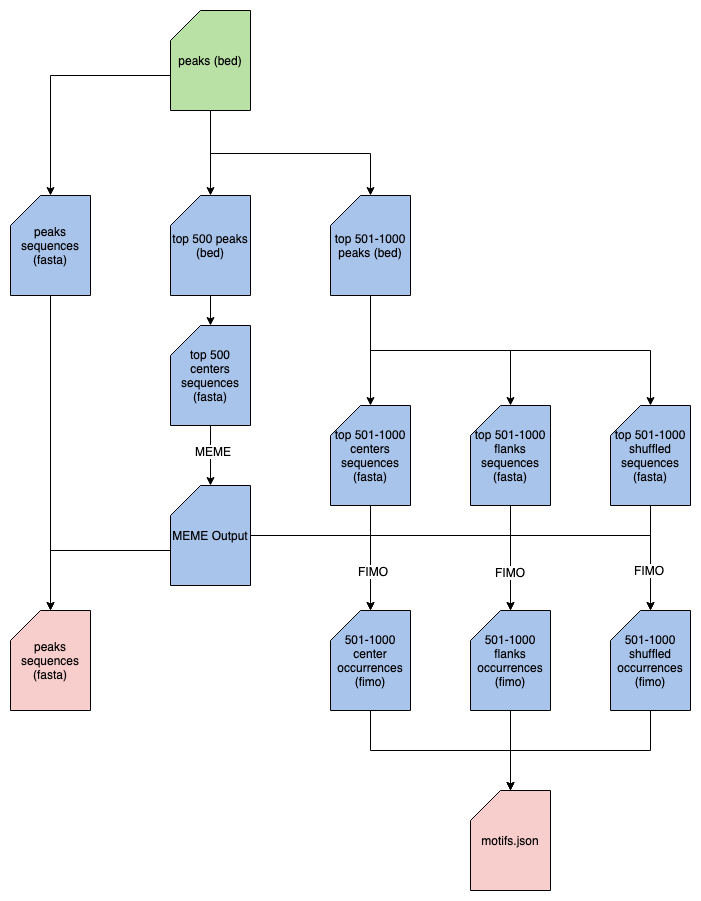
weng-lab/factorbook-meme keeps this draw.io diagram as img/factorbook_meme_procedure.png. Above is the earlier version. Source tidied: cells renumbered, new cells last; positions are measured from the earlier drawing's top-left corner, leaving out a move shared by most shapes.
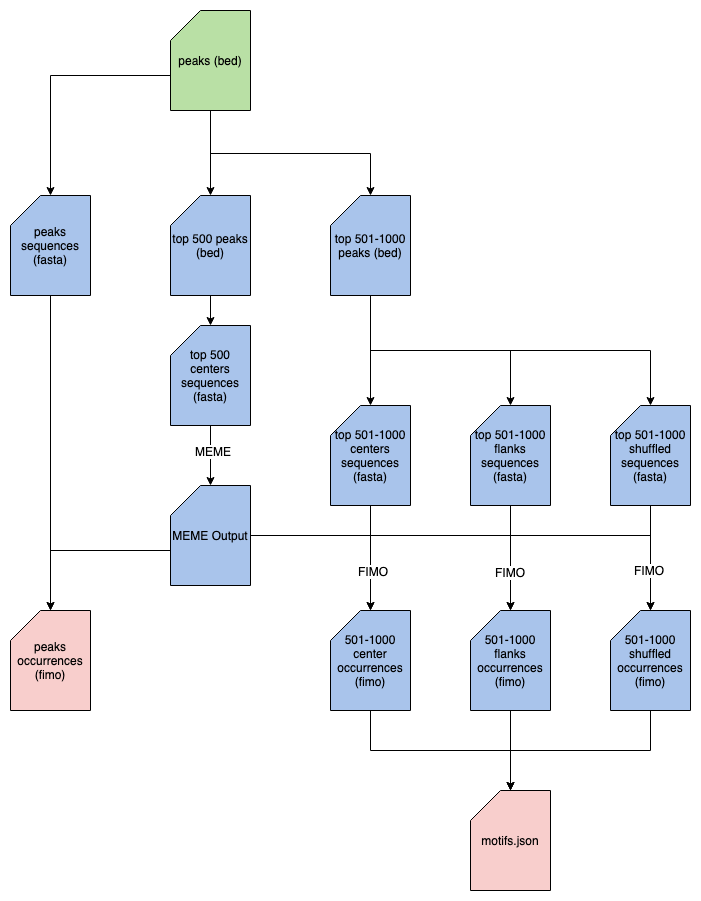
After the change.

Commit message:
Fixed typo in diagram

The edit, as a diff of the source:
```diff
@@ -95,7 +95,7 @@
     <mxCell id="32" value="&lt;span style=&quot;white-space: normal&quot;&gt;501-1000 center occurrences (fimo)&lt;/span&gt;" style="shape=card;whiteSpace=wrap;html=1;fillColor=#A9C4EB;" parent="1" vertex="1">
       <mxGeometry x="320" y="600" width="80" height="100" as="geometry" />
     </mxCell>
-    <mxCell id="33" value="peaks sequences (fasta)" style="shape=card;whiteSpace=wrap;html=1;fillColor=#F8CECC;" parent="1" vertex="1">
+    <mxCell id="33" value="peaks occurrences (fimo)" style="shape=card;whiteSpace=wrap;html=1;fillColor=#F8CECC;" parent="1" vertex="1">
       <mxGeometry y="600" width="80" height="100" as="geometry" />
     </mxCell>
     <mxCell id="34" style="edgeStyle=orthogonalEdgeStyle;rounded=0;jettySize=auto;html=1;exitX=0.5;exitY=1;exitDx=0;exitDy=0;exitPerimeter=0;entryX=0.5;entryY=0;entryDx=0;entryDy=0;entryPerimeter=0;" parent="1" edge="1" source="35" target="38">
```
